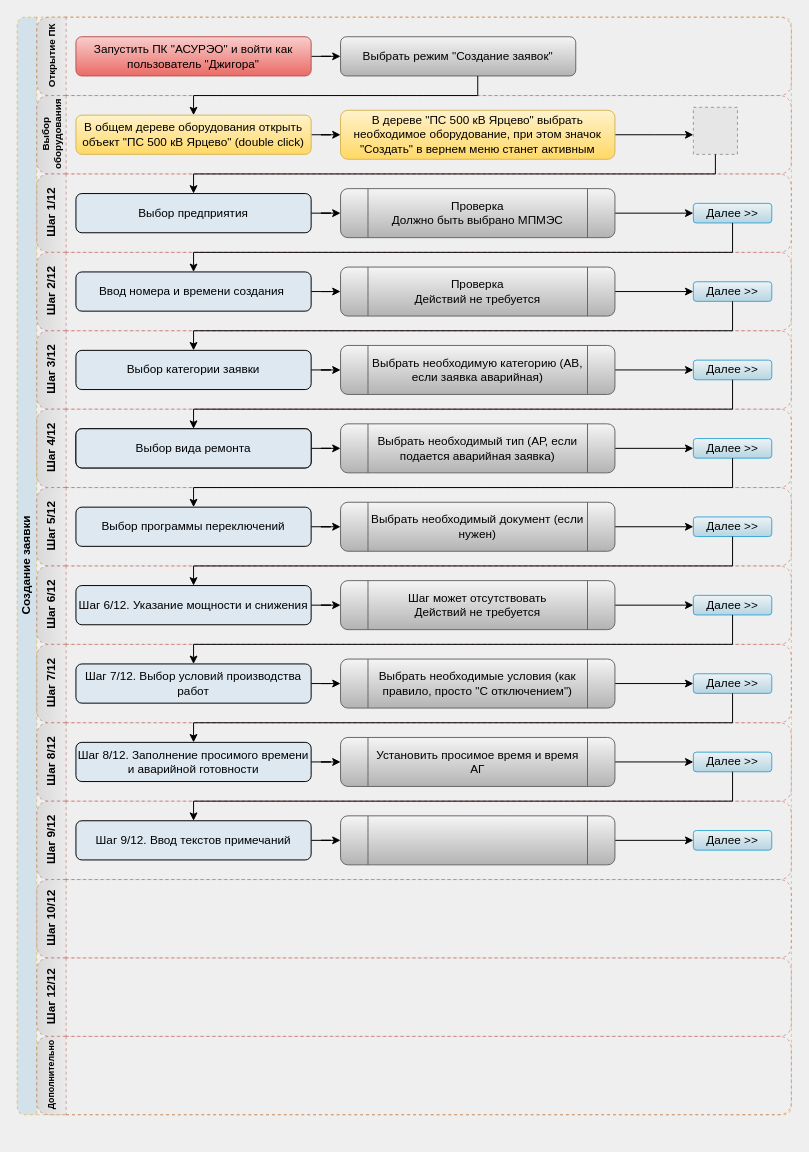
smi4dmi/Practice-Automation-Project keeps this draw.io diagram as Untitled Diagram.drawio. Above is the earlier version. Source tidied: cells renumbered, new cells numbered last; positions are measured from the earlier drawing's top-left corner, leaving out a move shared by most shapes. Both pictures are drawn from the tidied source at 98%, with x=0, y=0 at pixel (17, 17). Pictures stored in the file or linked from it are replaced by grey dashed boxes.
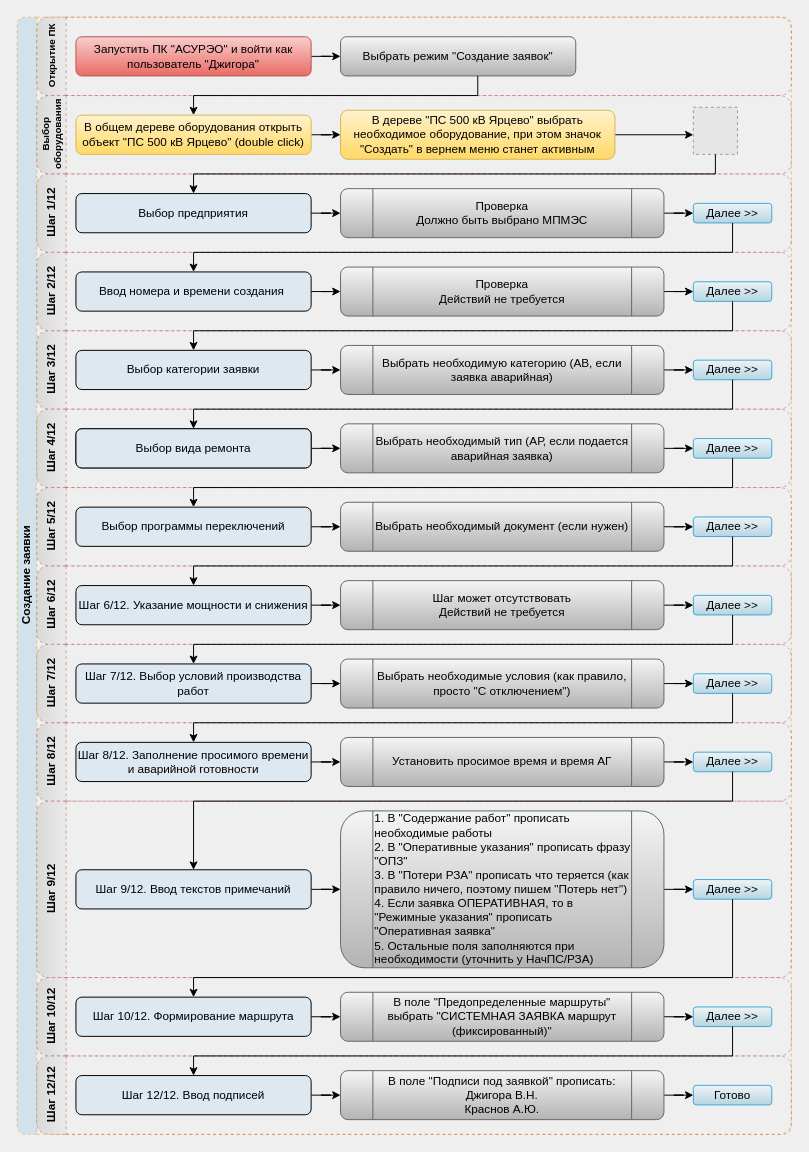
The same diagram, later.

The change refers to these unchanged cells:
```xml
<mxCell id="14" value="Шаг 1/12" style="swimlane;html=1;startSize=30;horizontal=0;rounded=1;fillColor=#c3c3c3;strokeColor=#b85450;dashed=1;opacity=50;gradientColor=#e5e5e5;gradientDirection=east;" parent="2" vertex="1">
  <mxGeometry x="20" y="160" width="770" height="80" as="geometry" />
</mxCell>
<mxCell id="20" value="Шаг 2/12" style="swimlane;html=1;startSize=30;horizontal=0;rounded=1;fillColor=#c3c3c3;strokeColor=#b85450;dashed=1;opacity=50;gradientColor=#e5e5e5;gradientDirection=east;" parent="2" vertex="1">
  <mxGeometry x="20" y="240" width="770" height="80" as="geometry" />
</mxCell>
<mxCell id="26" value="Шаг 3/12" style="swimlane;html=1;startSize=30;horizontal=0;rounded=1;fillColor=#c3c3c3;strokeColor=#b85450;dashed=1;opacity=50;gradientColor=#e5e5e5;gradientDirection=east;" parent="2" vertex="1">
  <mxGeometry x="20" y="320" width="770" height="80" as="geometry" />
</mxCell>
<mxCell id="32" value="Шаг 4/12" style="swimlane;html=1;startSize=30;horizontal=0;rounded=1;fillColor=#c3c3c3;strokeColor=#b85450;dashed=1;opacity=50;gradientColor=#e5e5e5;gradientDirection=east;" parent="2" vertex="1">
  <mxGeometry x="20" y="400" width="770" height="80" as="geometry" />
</mxCell>
<mxCell id="39" value="Шаг 5/12" style="swimlane;html=1;startSize=30;horizontal=0;rounded=1;fillColor=#c3c3c3;strokeColor=#b85450;dashed=1;opacity=50;gradientColor=#e5e5e5;gradientDirection=east;" parent="2" vertex="1">
  <mxGeometry x="20" y="480" width="770" height="80" as="geometry" />
</mxCell>
<mxCell id="45" value="Шаг 6/12" style="swimlane;html=1;startSize=30;horizontal=0;rounded=1;fillColor=#c3c3c3;strokeColor=#b85450;dashed=1;opacity=50;gradientColor=#e5e5e5;gradientDirection=east;" parent="2" vertex="1">
  <mxGeometry x="20" y="560" width="770" height="80" as="geometry" />
</mxCell>
<mxCell id="51" value="Шаг 7/12" style="swimlane;html=1;startSize=30;horizontal=0;rounded=1;fillColor=#c3c3c3;strokeColor=#b85450;dashed=1;opacity=50;gradientColor=#e5e5e5;gradientDirection=east;" parent="2" vertex="1">
  <mxGeometry x="20" y="640" width="770" height="80" as="geometry" />
</mxCell>
<mxCell id="57" value="Шаг 8/12" style="swimlane;html=1;startSize=30;horizontal=0;rounded=1;fillColor=#c3c3c3;strokeColor=#b85450;dashed=1;opacity=50;gradientColor=#e5e5e5;gradientDirection=east;" parent="2" vertex="1">
  <mxGeometry x="20" y="720" width="770" height="80" as="geometry" />
</mxCell>
```

The edit, as a diff of the source:
```diff
@@
     <mxCell id="2" value="Создание заявки" style="swimlane;html=1;horizontal=0;startSize=20;rounded=1;fillColor=#b8d4e6;strokeColor=#d79b00;dashed=1;opacity=50;" parent="1" vertex="1">
-      <mxGeometry width="790" height="1120" as="geometry" />
+      <mxGeometry width="790" height="1140" as="geometry" />
     </mxCell>
@@
     <mxCell id="19" value="Проверка&lt;br&gt;Должно быть выбрано МПМЭС" style="shape=process;whiteSpace=wrap;html=1;backgroundOutline=1;rounded=1;strokeColor=#666666;fontSize=12;fillColor=#f5f5f5;labelBorderColor=none;gradientColor=#b3b3b3;" parent="14" vertex="1">
-      <mxGeometry x="310" y="15" width="280" height="50" as="geometry" />
+      <mxGeometry x="310" y="15" width="330" height="50" as="geometry" />
     </mxCell>
@@
     <mxCell id="25" value="Проверка&lt;br&gt;Действий не требуется" style="shape=process;whiteSpace=wrap;html=1;backgroundOutline=1;rounded=1;strokeColor=#666666;fontSize=12;fillColor=#f5f5f5;labelBorderColor=none;gradientColor=#b3b3b3;" parent="20" vertex="1">
-      <mxGeometry x="310" y="15" width="280" height="50" as="geometry" />
+      <mxGeometry x="310" y="15" width="330" height="50" as="geometry" />
     </mxCell>
@@
     <mxCell id="31" value="Выбрать необходимую категорию (АВ, если заявка аварийная)" style="shape=process;whiteSpace=wrap;html=1;backgroundOutline=1;rounded=1;strokeColor=#666666;fontSize=12;fillColor=#f5f5f5;labelBorderColor=none;gradientColor=#b3b3b3;" parent="26" vertex="1">
-      <mxGeometry x="310" y="15" width="280" height="50" as="geometry" />
+      <mxGeometry x="310" y="15" width="330" height="50" as="geometry" />
     </mxCell>
@@
     <mxCell id="37" value="Выбрать необходимый тип (АР, если подается аварийная заявка)" style="shape=process;whiteSpace=wrap;html=1;backgroundOutline=1;rounded=1;strokeColor=#666666;fontSize=12;fillColor=#f5f5f5;labelBorderColor=none;gradientColor=#b3b3b3;" parent="32" vertex="1">
-      <mxGeometry x="310" y="15" width="280" height="50" as="geometry" />
+      <mxGeometry x="310" y="15" width="330" height="50" as="geometry" />
     </mxCell>
@@
     <mxCell id="42" value="Выбрать необходимый документ (если нужен)" style="shape=process;whiteSpace=wrap;html=1;backgroundOutline=1;rounded=1;strokeColor=#666666;fontSize=12;fillColor=#f5f5f5;labelBorderColor=none;gradientColor=#b3b3b3;" parent="39" vertex="1">
-      <mxGeometry x="310" y="15" width="280" height="50" as="geometry" />
+      <mxGeometry x="310" y="15" width="330" height="50" as="geometry" />
     </mxCell>
@@
     <mxCell id="48" value="Шаг может отсутствовать&lt;br&gt;Действий не требуется" style="shape=process;whiteSpace=wrap;html=1;backgroundOutline=1;rounded=1;strokeColor=#666666;fontSize=12;fillColor=#f5f5f5;labelBorderColor=none;gradientColor=#b3b3b3;" parent="45" vertex="1">
-      <mxGeometry x="310" y="15" width="280" height="50" as="geometry" />
+      <mxGeometry x="310" y="15" width="330" height="50" as="geometry" />
     </mxCell>
@@
     <mxCell id="54" value="Выбрать необходимые условия (как правило, просто &quot;С отключением&quot;)" style="shape=process;whiteSpace=wrap;html=1;backgroundOutline=1;rounded=1;strokeColor=#666666;fontSize=12;fillColor=#f5f5f5;labelBorderColor=none;gradientColor=#b3b3b3;" parent="51" vertex="1">
-      <mxGeometry x="310" y="15" width="280" height="50" as="geometry" />
+      <mxGeometry x="310" y="15" width="330" height="50" as="geometry" />
     </mxCell>
@@
     <mxCell id="60" value="Установить просимое время и время АГ" style="shape=process;whiteSpace=wrap;html=1;backgroundOutline=1;rounded=1;strokeColor=#666666;fontSize=12;fillColor=#f5f5f5;labelBorderColor=none;gradientColor=#b3b3b3;" parent="57" vertex="1">
-      <mxGeometry x="310" y="15" width="280" height="50" as="geometry" />
+      <mxGeometry x="310" y="15" width="330" height="50" as="geometry" />
     </mxCell>
@@
     <mxCell id="63" value="Шаг 9/12" style="swimlane;html=1;startSize=30;horizontal=0;rounded=1;fillColor=#c3c3c3;strokeColor=#b85450;dashed=1;opacity=50;gradientColor=#e5e5e5;gradientDirection=east;" parent="2" vertex="1">
-      <mxGeometry x="20" y="800" width="770" height="80" as="geometry" />
+      <mxGeometry x="20" y="800" width="770" height="180" as="geometry" />
     </mxCell>
     <mxCell id="64" value="Далее &amp;gt;&amp;gt;" style="rounded=1;whiteSpace=wrap;html=1;strokeColor=#3ca8d5;fillColor=#eef3f6;perimeterSpacing=0;gradientColor=#b6d5e2;" parent="63" vertex="1">
-      <mxGeometry x="670" y="30" width="80" height="20" as="geometry" />
+      <mxGeometry x="670" y="80" width="80" height="20" as="geometry" />
     </mxCell>
@@
-    <mxCell id="66" style="shape=process;whiteSpace=wrap;html=1;backgroundOutline=1;rounded=1;strokeColor=#666666;fontSize=12;fillColor=#f5f5f5;labelBorderColor=none;gradientColor=#b3b3b3;" parent="63" vertex="1">
-      <mxGeometry x="310" y="15" width="280" height="50" as="geometry" />
+    <mxCell id="66" value="&lt;div style=&quot;&quot;&gt;&lt;span style=&quot;background-color: initial;&quot;&gt;1. В &quot;Содержание работ&quot; прописать необходимые работы&lt;/span&gt;&lt;/div&gt;&lt;div style=&quot;&quot;&gt;&lt;span style=&quot;background-color: initial;&quot;&gt;2. В &quot;Оперативные указания&quot; прописать фразу &quot;ОПЗ&quot;&lt;/span&gt;&lt;br&gt;&lt;/div&gt;&lt;div style=&quot;&quot;&gt;&lt;span style=&quot;background-color: initial;&quot;&gt;3. В &quot;Потери РЗА&quot; прописать что теряется (как правило ничего, поэтому пишем &quot;Потерь нет&quot;)&lt;/span&gt;&lt;/div&gt;&lt;div style=&quot;&quot;&gt;&lt;span style=&quot;background-color: initial;&quot;&gt;4. Если заявка ОПЕРАТИВНАЯ, то в &quot;Режимные указания&quot; прописать &quot;Оперативная заявка&quot;&lt;/span&gt;&lt;/div&gt;&lt;div style=&quot;&quot;&gt;&lt;span style=&quot;background-color: initial;&quot;&gt;5. Остальные поля заполняются при необходимости (уточнить у НачПС/РЗА)&lt;/span&gt;&lt;/div&gt;" style="shape=process;whiteSpace=wrap;html=1;backgroundOutline=1;rounded=1;strokeColor=#666666;fontSize=12;fillColor=#f5f5f5;labelBorderColor=none;gradientColor=#b3b3b3;align=left;" parent="63" vertex="1">
+      <mxGeometry x="310" y="10" width="330" height="160" as="geometry" />
     </mxCell>
@@
     <mxCell id="68" value="Шаг 9/12. Ввод текстов примечаний" style="rounded=1;whiteSpace=wrap;html=1;fillColor=#dde8f1;" parent="63" vertex="1">
-      <mxGeometry x="40" y="20" width="240" height="40" as="geometry" />
+      <mxGeometry x="40" y="70" width="240" height="40" as="geometry" />
     </mxCell>
     <mxCell id="69" value="Шаг 10/12" style="swimlane;html=1;startSize=30;horizontal=0;rounded=1;fillColor=#c3c3c3;strokeColor=#b85450;dashed=1;opacity=50;glass=0;sketch=0;shadow=0;gradientColor=#e5e5e5;gradientDirection=east;" parent="2" vertex="1">
-      <mxGeometry x="20" y="880" width="770" height="80" as="geometry" />
+      <mxGeometry x="20" y="980" width="770" height="80" as="geometry" />
     </mxCell>
+    <mxCell id="82" value="Далее &amp;gt;&amp;gt;" style="rounded=1;whiteSpace=wrap;html=1;strokeColor=#3ca8d5;fillColor=#eef3f6;perimeterSpacing=0;gradientColor=#b6d5e2;" parent="69" vertex="1">
+      <mxGeometry x="670" y="30" width="80" height="20" as="geometry" />
+    </mxCell>
+    <mxCell id="83" style="edgeStyle=orthogonalEdgeStyle;rounded=0;jettySize=auto;html=1;fontSize=9;" parent="69" edge="1" source="84" target="82">
+      <mxGeometry relative="1" as="geometry" />
+    </mxCell>
+    <mxCell id="84" value="В поле &quot;Предопределенные маршруты&quot; выбрать &quot;СИСТЕМНАЯ ЗАЯВКА маршрут (фиксированный)&quot;" style="shape=process;whiteSpace=wrap;html=1;backgroundOutline=1;rounded=1;strokeColor=#666666;fontSize=12;fillColor=#f5f5f5;labelBorderColor=none;gradientColor=#b3b3b3;" parent="69" vertex="1">
+      <mxGeometry x="310" y="15" width="330" height="50" as="geometry" />
+    </mxCell>
+    <mxCell id="85" style="edgeStyle=orthogonalEdgeStyle;rounded=0;jettySize=auto;html=1;fontSize=9;" parent="69" edge="1" source="86" target="84">
+      <mxGeometry relative="1" as="geometry" />
+    </mxCell>
+    <mxCell id="86" value="Шаг 10/12. Формирование маршрута" style="rounded=1;whiteSpace=wrap;html=1;fillColor=#dde8f1;" parent="69" vertex="1">
+      <mxGeometry x="40" y="20" width="240" height="40" as="geometry" />
+    </mxCell>
     <mxCell id="70" value="Шаг 12/12" style="swimlane;html=1;startSize=30;horizontal=0;rounded=1;fillColor=#c3c3c3;strokeColor=#b85450;dashed=1;opacity=50;glass=0;sketch=0;shadow=0;gradientColor=#e5e5e5;gradientDirection=east;" parent="2" vertex="1">
-      <mxGeometry x="20" y="960" width="770" height="80" as="geometry" />
+      <mxGeometry x="20" y="1060" width="770" height="80" as="geometry" />
     </mxCell>
-    <mxCell id="71" value="Дополнительно" style="swimlane;html=1;startSize=30;horizontal=0;rounded=1;fillColor=#c3c3c3;strokeColor=#b85450;dashed=1;opacity=50;glass=0;sketch=0;shadow=0;gradientColor=#e5e5e5;gradientDirection=east;fontSize=9;" parent="2" vertex="1">
-      <mxGeometry x="20" y="1040" width="770" height="80" as="geometry" />
-    </mxCell>
+    <mxCell id="87" value="Готово" style="rounded=1;whiteSpace=wrap;html=1;strokeColor=#3ca8d5;fillColor=#eef3f6;perimeterSpacing=0;gradientColor=#b6d5e2;" parent="70" vertex="1">
+      <mxGeometry x="670" y="30" width="80" height="20" as="geometry" />
+    </mxCell>
+    <mxCell id="88" style="edgeStyle=orthogonalEdgeStyle;rounded=0;jettySize=auto;html=1;fontSize=9;" parent="70" edge="1" source="89" target="87">
+      <mxGeometry relative="1" as="geometry" />
+    </mxCell>
+    <mxCell id="89" value="В поле &quot;Подписи под заявкой&quot; прописать:&lt;br&gt;Джигора В.Н.&lt;br&gt;Краснов А.Ю." style="shape=process;whiteSpace=wrap;html=1;backgroundOutline=1;rounded=1;strokeColor=#666666;fontSize=12;fillColor=#f5f5f5;labelBorderColor=none;gradientColor=#b3b3b3;" parent="70" vertex="1">
+      <mxGeometry x="310" y="15" width="330" height="50" as="geometry" />
+    </mxCell>
+    <mxCell id="90" style="edgeStyle=orthogonalEdgeStyle;rounded=0;jettySize=auto;html=1;fontSize=9;" parent="70" edge="1" source="91" target="89">
+      <mxGeometry relative="1" as="geometry" />
+    </mxCell>
+    <mxCell id="91" value="Шаг 12/12. Ввод подписей" style="rounded=1;whiteSpace=wrap;html=1;fillColor=#dde8f1;" parent="70" vertex="1">
+      <mxGeometry x="40" y="20" width="240" height="40" as="geometry" />
+    </mxCell>
@@
+    <mxCell id="92" style="edgeStyle=orthogonalEdgeStyle;rounded=0;jettySize=auto;html=1;entryX=0.5;entryY=0;entryDx=0;entryDy=0;fontSize=9;" parent="2" edge="1" source="64" target="86">
+      <mxGeometry relative="1" as="geometry">
+        <Array as="points">
+          <mxPoint x="730" y="980" />
+          <mxPoint x="180" y="980" />
+        </Array>
+      </mxGeometry>
+    </mxCell>
+    <mxCell id="93" style="edgeStyle=orthogonalEdgeStyle;rounded=0;jettySize=auto;html=1;fontSize=9;" parent="2" edge="1" source="82" target="91">
+      <mxGeometry relative="1" as="geometry">
+        <Array as="points">
+          <mxPoint x="730" y="1060" />
+          <mxPoint x="180" y="1060" />
+        </Array>
+      </mxGeometry>
+    </mxCell>
```
